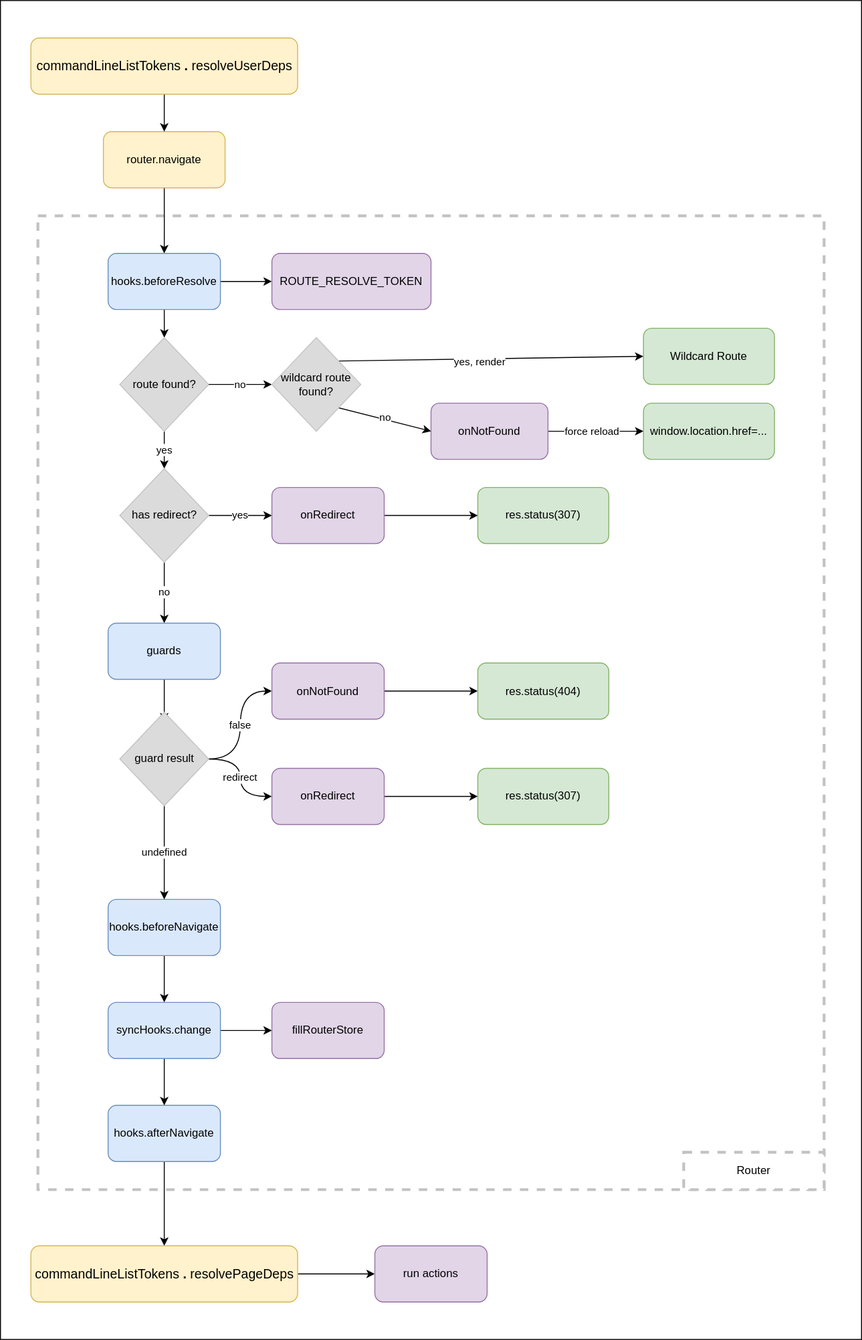
Earlier version of the draw.io export tools/docSite/static/img/router/navigate-flow-server.drawio.svg (Tinkoff/tramvai). Source tidied: cells renumbered, new cells last; positions are measured from the earlier drawing's top-left corner, leaving out a move shared by most shapes.
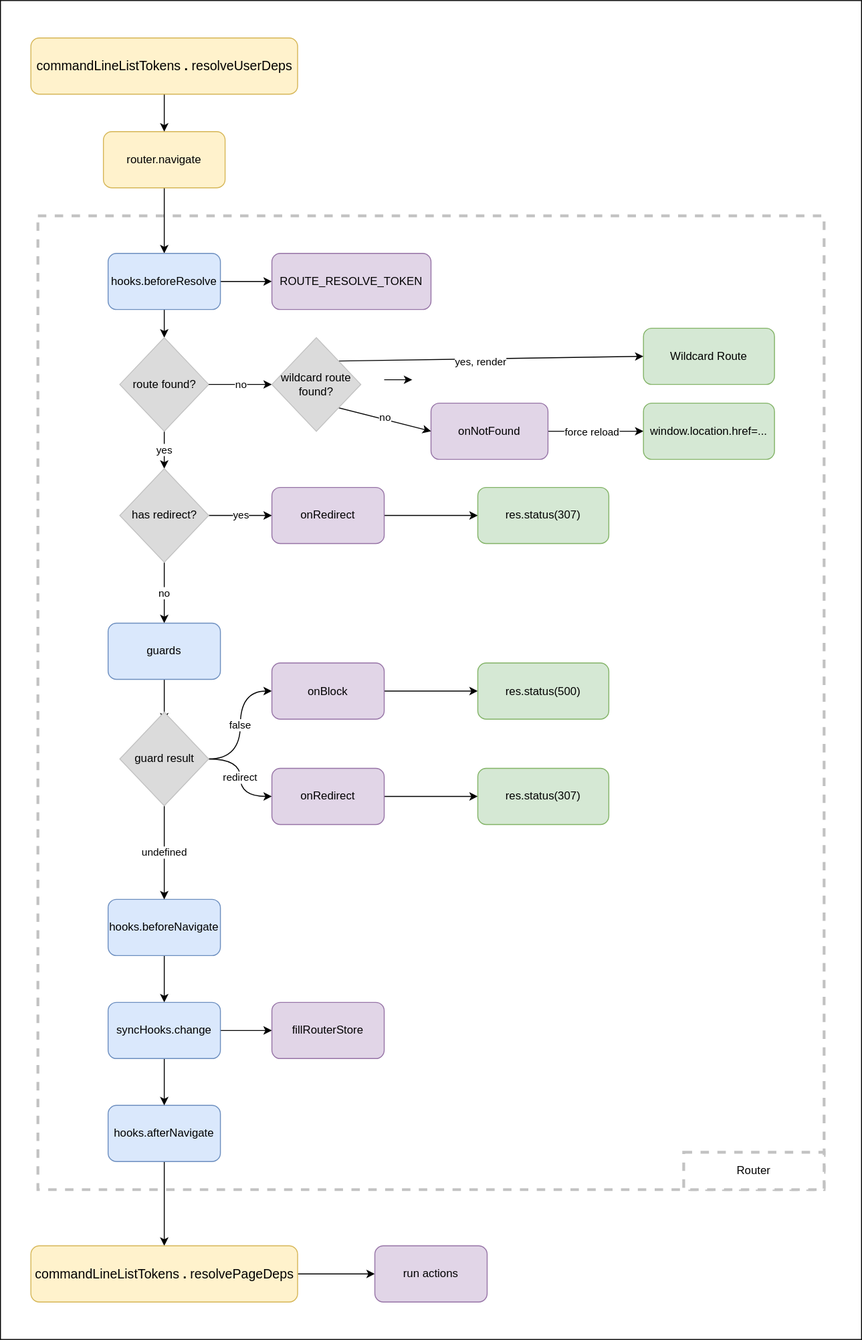
The same diagram one commit later.

Diff of the diagram source:
```diff
@@ -46,9 +46,10 @@
     <mxCell id="14" value="route found?" style="rhombus;whiteSpace=wrap;html=1;rounded=0;strokeColor=#C2C2C2;strokeWidth=1;fillColor=#DBDBDB;" parent="1" vertex="1">
       <mxGeometry x="127.5" y="360" width="95" height="100" as="geometry" />
     </mxCell>
-    <mxCell id="15" style="edgeStyle=orthogonalEdgeStyle;rounded=0;jettySize=auto;html=1;exitX=1;exitY=0.5;exitDx=0;exitDy=0;entryX=0;entryY=0.5;entryDx=0;entryDy=0;" parent="1" edge="1" target="x">
+    <mxCell id="15" style="edgeStyle=orthogonalEdgeStyle;rounded=0;orthogonalLoop=1;jettySize=auto;html=1;exitX=1;exitY=0.5;exitDx=0;exitDy=0;entryX=0;entryY=0.5;entryDx=0;entryDy=0;" parent="1" edge="1">
       <mxGeometry relative="1" as="geometry">
         <mxPoint x="410" y="405" as="sourcePoint" />
+        <mxPoint x="440" y="405" as="targetPoint" />
       </mxGeometry>
     </mxCell>
     <mxCell id="16" value="yes" style="edgeStyle=orthogonalEdgeStyle;rounded=0;jettySize=auto;html=1;exitX=1;exitY=0.5;exitDx=0;exitDy=0;entryX=0;entryY=0.5;entryDx=0;entryDy=0;" parent="1" edge="1" source="18" target="20">
@@ -107,10 +108,10 @@
     <mxCell id="33" style="edgeStyle=orthogonalEdgeStyle;rounded=0;jettySize=auto;html=1;exitX=1;exitY=0.5;exitDx=0;exitDy=0;entryX=0;entryY=0.5;entryDx=0;entryDy=0;" parent="1" edge="1" source="34" target="35">
       <mxGeometry relative="1" as="geometry" />
     </mxCell>
-    <mxCell id="34" value="onNotFound" style="rounded=1;whiteSpace=wrap;html=1;strokeWidth=1;fillColor=#e1d5e7;strokeColor=#9673a6;" parent="1" vertex="1">
+    <mxCell id="34" value="onBlock" style="rounded=1;whiteSpace=wrap;html=1;strokeWidth=1;fillColor=#e1d5e7;strokeColor=#9673a6;" parent="1" vertex="1">
       <mxGeometry x="290" y="707.5" width="120" height="60" as="geometry" />
     </mxCell>
-    <mxCell id="35" value="res.status(404)" style="rounded=1;whiteSpace=wrap;html=1;strokeColor=#82b366;strokeWidth=1;fillColor=#d5e8d4;" parent="1" vertex="1">
+    <mxCell id="35" value="res.status(500)" style="rounded=1;whiteSpace=wrap;html=1;strokeColor=#82b366;strokeWidth=1;fillColor=#d5e8d4;" parent="1" vertex="1">
       <mxGeometry x="510" y="707.5" width="140" height="60" as="geometry" />
     </mxCell>
     <mxCell id="36" style="edgeStyle=orthogonalEdgeStyle;rounded=0;jettySize=auto;html=1;exitX=1;exitY=0.5;exitDx=0;exitDy=0;entryX=0;entryY=0.5;entryDx=0;entryDy=0;" parent="1" edge="1" source="37" target="38">
```
